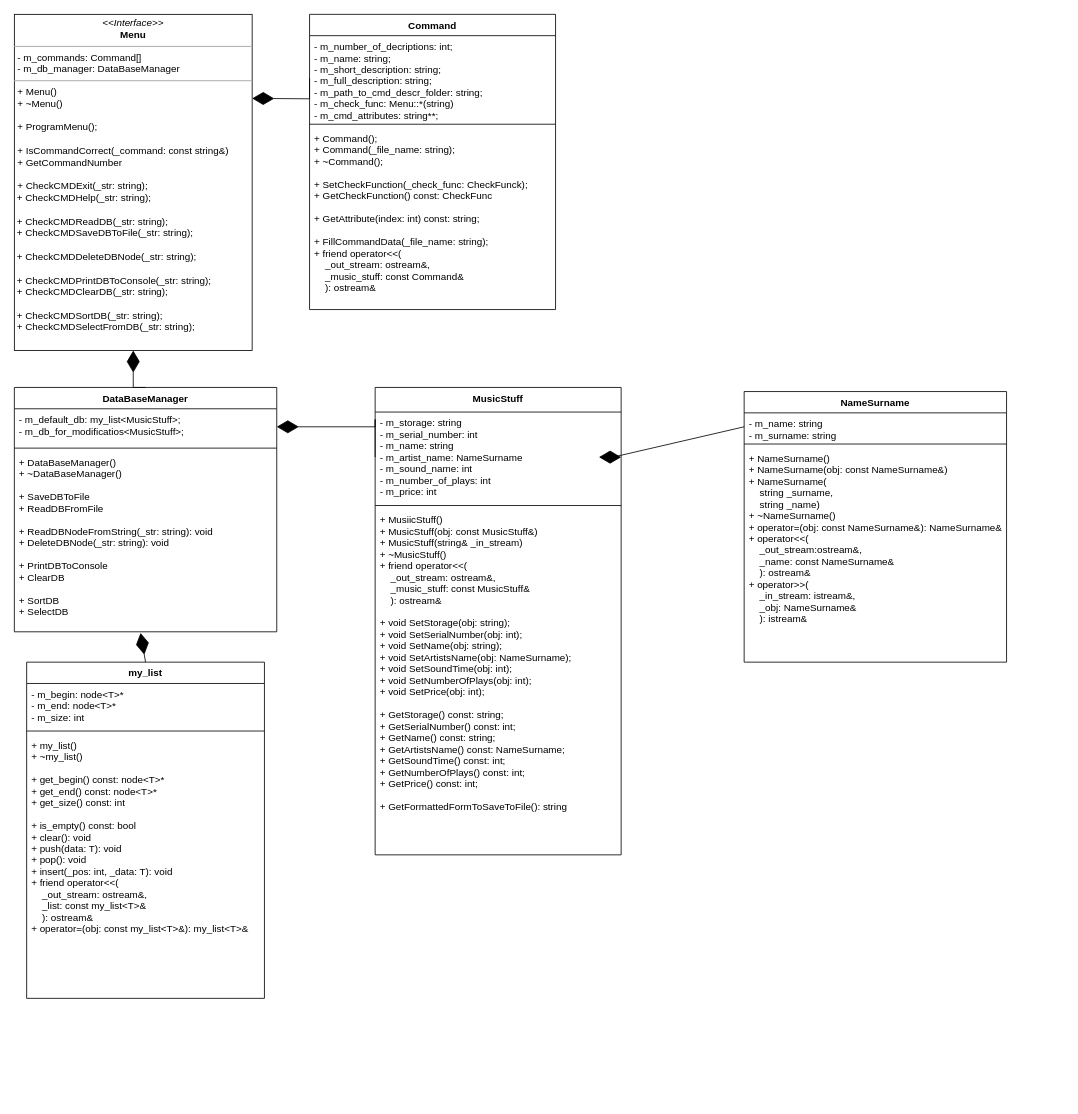
Earlier version of the draw.io diagram task/Class_Diagram.drawio (AKTOETO/SUBD_kursovaya-2022). Source tidied: cells renumbered, new cells numbered last; positions are measured from the earlier drawing's top-left corner, leaving out a move shared by most shapes. Both pictures are drawn from the tidied source at 82%, with x=0, y=0 at pixel (14, 14).
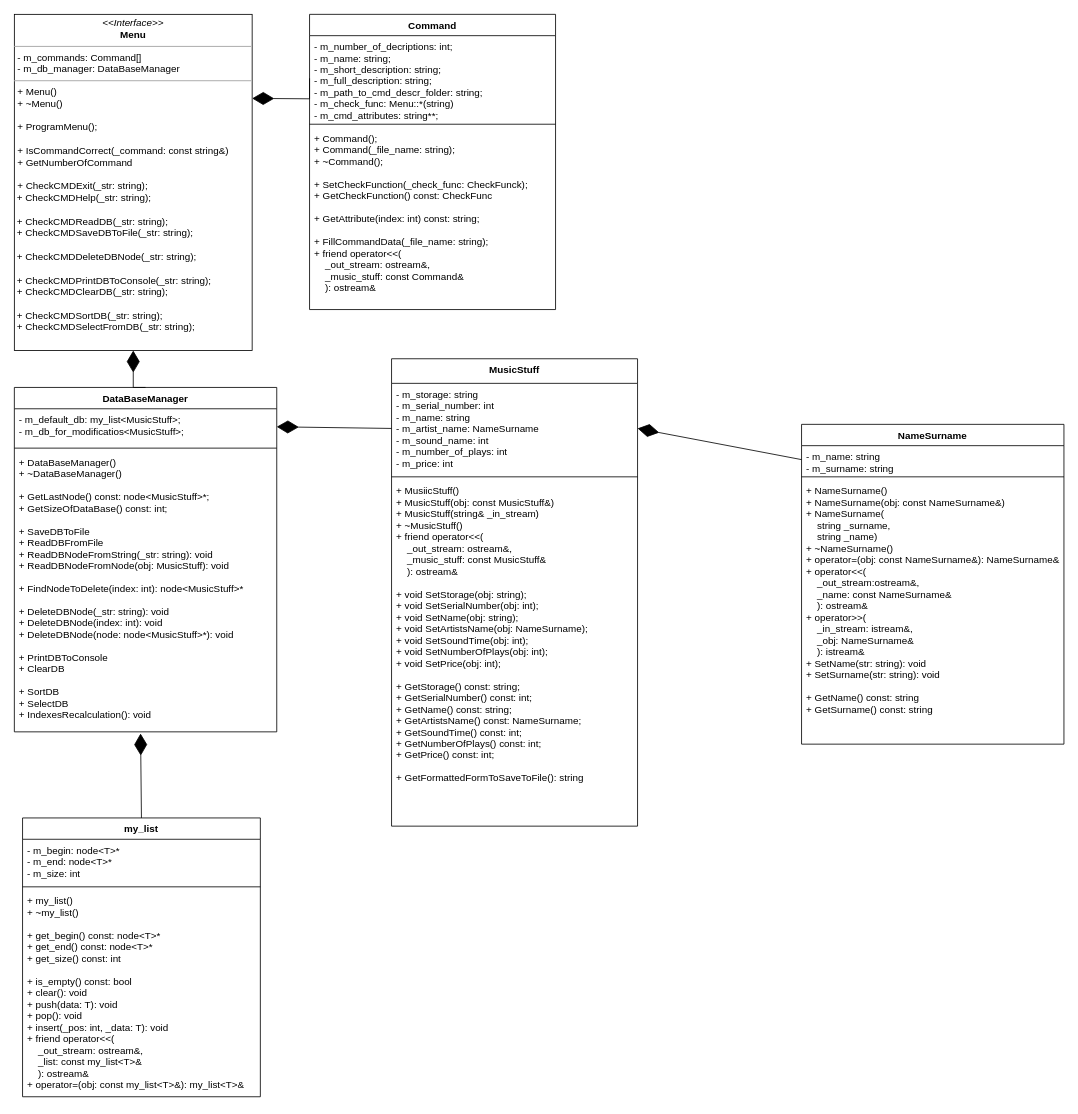
Above is the later version.

Unchanged cells that the change refers to:
```xml
<mxCell id="3" value="- m_storage: string&#10;- m_serial_number: int&#10;- m_name: string&#10;- m_artist_name: NameSurname &#10;- m_sound_name: int&#10;- m_number_of_plays: int&#10;- m_price: int&#10; " style="text;strokeColor=none;fillColor=none;align=left;verticalAlign=top;spacingLeft=4;spacingRight=4;overflow=hidden;points=[[0,0.5],[1,0.5]];portConstraint=eastwest;" parent="2" vertex="1">
  <mxGeometry y="30" width="300" height="110" as="geometry" />
</mxCell>
<mxCell id="7" value="- m_name: string&#10;- m_surname: string " style="text;strokeColor=none;fillColor=none;align=left;verticalAlign=top;spacingLeft=4;spacingRight=4;overflow=hidden;points=[[0,0.5],[1,0.5]];portConstraint=eastwest;" parent="6" vertex="1">
  <mxGeometry y="26" width="320" height="34" as="geometry" />
</mxCell>
<mxCell id="12" value="- m_default_db: my_list&lt;MusicStuff&gt;;&#10;- m_db_for_modificatios&lt;MusicStuff&gt;;" style="text;strokeColor=none;fillColor=none;align=left;verticalAlign=top;spacingLeft=4;spacingRight=4;overflow=hidden;points=[[0,0.5],[1,0.5]];portConstraint=eastwest;" parent="11" vertex="1">
  <mxGeometry y="26" width="320" height="44" as="geometry" />
</mxCell>
```

The edit, as a diff of the source:
```diff
@@
     <mxCell id="2" value="MusicStuff" style="swimlane;fontStyle=1;align=center;verticalAlign=top;horizontal=1;startSize=30;" parent="1" vertex="1">
-      <mxGeometry x="440" y="455" width="300" height="570" as="geometry" />
+      <mxGeometry x="460" y="420" width="300" height="570" as="geometry" />
     </mxCell>
@@
     <mxCell id="6" value="NameSurname" style="swimlane;fontStyle=1;align=center;verticalAlign=top;horizontal=1;startSize=26;" parent="1" vertex="1">
-      <mxGeometry x="890" y="460" width="320" height="330" as="geometry" />
+      <mxGeometry x="960" y="500" width="320" height="390" as="geometry" />
     </mxCell>
@@
-    <mxCell id="9" value="+ NameSurname()&#10;+ NameSurname(obj: const NameSurname&amp;)&#10;+ NameSurname(&#10;    string _surname,&#10;    string _name)&#10;+ ~NameSurname()&#10;+ operator=(obj: const NameSurname&amp;): NameSurname&amp;&#10;+ operator&lt;&lt;(&#10;    _out_stream:ostream&amp;,&#10;    _name: const NameSurname&amp;&#10;    ): ostream&amp;&#10;+ operator&gt;&gt;(&#10;    _in_stream: istream&amp;,&#10;    _obj: NameSurname&amp;&#10;    ): istream&amp; &#10;" style="text;strokeColor=none;fillColor=none;align=left;verticalAlign=top;spacingLeft=4;spacingRight=4;overflow=hidden;" parent="6" vertex="1">
-      <mxGeometry y="68" width="320" height="262" as="geometry" />
+    <mxCell id="9" value="+ NameSurname()&#10;+ NameSurname(obj: const NameSurname&amp;)&#10;+ NameSurname(&#10;    string _surname,&#10;    string _name)&#10;+ ~NameSurname()&#10;+ operator=(obj: const NameSurname&amp;): NameSurname&amp;&#10;+ operator&lt;&lt;(&#10;    _out_stream:ostream&amp;,&#10;    _name: const NameSurname&amp;&#10;    ): ostream&amp;&#10;+ operator&gt;&gt;(&#10;    _in_stream: istream&amp;,&#10;    _obj: NameSurname&amp;&#10;    ): istream&amp; &#10;+ SetName(str: string): void&#10;+ SetSurname(str: string): void&#10;&#10;+ GetName() const: string&#10;+ GetSurname() const: string" style="text;strokeColor=none;fillColor=none;align=left;verticalAlign=top;spacingLeft=4;spacingRight=4;overflow=hidden;" parent="6" vertex="1">
+      <mxGeometry y="68" width="320" height="322" as="geometry" />
     </mxCell>
     <mxCell id="10" style="endArrow=diamondThin;endFill=1;endSize=24;html=1;rounded=0;entryX=1;entryY=0.5;entryDx=0;entryDy=0;exitX=0;exitY=0.5;exitDx=0;exitDy=0;" parent="1" edge="1" source="7" target="3">
-      <mxGeometry relative="1" as="geometry">
-        <Array as="points">
-          <mxPoint x="730" y="540" />
-        </Array>
-      </mxGeometry>
+      <mxGeometry relative="1" as="geometry" />
     </mxCell>
     <mxCell id="11" value="DataBaseManager" style="swimlane;fontStyle=1;align=center;verticalAlign=top;horizontal=1;startSize=26;" parent="1" vertex="1">
-      <mxGeometry y="455" width="320" height="298" as="geometry" />
+      <mxGeometry y="455" width="320" height="420" as="geometry" />
     </mxCell>
@@
-    <mxCell id="14" value="+ DataBaseManager()&#10;+ ~DataBaseManager()&#10;&#10;+ SaveDBToFile&#10;+ ReadDBFromFile&#10;&#10;+ ReadDBNodeFromString(_str: string): void&#10;+ DeleteDBNode(_str: string): void &#10;&#10;+ PrintDBToConsole&#10;+ ClearDB&#10;&#10;+ SortDB&#10;+ SelectDB" style="text;strokeColor=none;fillColor=none;align=left;verticalAlign=top;spacingLeft=4;spacingRight=4;overflow=hidden;points=[[0,0.5],[1,0.5]];portConstraint=eastwest;" parent="11" vertex="1">
-      <mxGeometry y="78" width="320" height="220" as="geometry" />
+    <mxCell id="14" value="+ DataBaseManager()&#10;+ ~DataBaseManager()&#10;&#10;+ GetLastNode() const: node&lt;MusicStuff&gt;*;&#10;+ GetSizeOfDataBase() const: int;&#10;&#10;+ SaveDBToFile&#10;+ ReadDBFromFile&#10;+ ReadDBNodeFromString(_str: string): void&#10;+ ReadDBNodeFromNode(obj: MusicStuff): void&#10;&#10;+ FindNodeToDelete(index: int): node&lt;MusicStuff&gt;*&#10;&#10;+ DeleteDBNode(_str: string): void &#10;+ DeleteDBNode(index: int): void &#10;+ DeleteDBNode(node: node&lt;MusicStuff&gt;*): void &#10;&#10;+ PrintDBToConsole&#10;+ ClearDB&#10;&#10;+ SortDB&#10;+ SelectDB&#10;+ IndexesRecalculation(): void" style="text;strokeColor=none;fillColor=none;align=left;verticalAlign=top;spacingLeft=4;spacingRight=4;overflow=hidden;points=[[0,0.5],[1,0.5]];portConstraint=eastwest;" parent="11" vertex="1">
+      <mxGeometry y="78" width="320" height="342" as="geometry" />
     </mxCell>
     <mxCell id="15" style="endArrow=diamondThin;endFill=1;endSize=24;html=1;rounded=0;entryX=1;entryY=0.5;entryDx=0;entryDy=0;exitX=0;exitY=0.5;exitDx=0;exitDy=0;" parent="1" edge="1" source="3" target="12">
-      <mxGeometry relative="1" as="geometry">
-        <Array as="points">
-          <mxPoint x="440" y="494" />
-          <mxPoint x="440" y="503" />
-        </Array>
-      </mxGeometry>
+      <mxGeometry relative="1" as="geometry" />
     </mxCell>
     <mxCell id="16" value="my_list" style="swimlane;fontStyle=1;align=center;verticalAlign=top;horizontal=1;startSize=26;" parent="1" vertex="1">
-      <mxGeometry x="15" y="790" width="290" height="410" as="geometry" />
+      <mxGeometry x="10" y="980" width="290" height="340" as="geometry" />
     </mxCell>
@@
     <mxCell id="19" value="+ my_list()&#10;+ ~my_list()&#10;&#10;+ get_begin() const: node&lt;T&gt;*&#10;+ get_end() const: node&lt;T&gt;*&#10;+ get_size() const: int&#10;&#10;+ is_empty() const: bool&#10;+ clear(): void&#10;+ push(data: T): void&#10;+ pop(): void&#10;+ insert(_pos: int, _data: T): void&#10;+ friend operator&lt;&lt;(&#10;    _out_stream: ostream&amp;,&#10;    _list: const my_list&lt;T&gt;&amp; &#10;    ): ostream&amp;&#10;+ operator=(obj: const my_list&lt;T&gt;&amp;): my_list&lt;T&gt;&amp;" style="text;strokeColor=none;fillColor=none;align=left;verticalAlign=top;spacingLeft=4;spacingRight=4;overflow=hidden;" parent="16" vertex="1">
-      <mxGeometry y="88" width="290" height="322" as="geometry" />
+      <mxGeometry y="88" width="290" height="252" as="geometry" />
     </mxCell>
@@
-    <mxCell id="21" value="&lt;p style=&quot;margin: 0px ; margin-top: 4px ; text-align: center&quot;&gt;&lt;i&gt;&amp;lt;&amp;lt;Interface&amp;gt;&amp;gt;&lt;/i&gt;&lt;br&gt;&lt;b&gt;Menu&lt;/b&gt;&lt;/p&gt;&lt;hr size=&quot;1&quot;&gt;&lt;p style=&quot;margin: 0px ; margin-left: 4px&quot;&gt;- m_commands: Command[]&lt;br&gt;- m_db_manager: DataBaseManager&lt;/p&gt;&lt;hr size=&quot;1&quot;&gt;&lt;p style=&quot;margin: 0px ; margin-left: 4px&quot;&gt;+ Menu()&lt;br&gt;+ ~Menu()&lt;/p&gt;&lt;p style=&quot;margin: 0px ; margin-left: 4px&quot;&gt;&lt;br&gt;&lt;/p&gt;&lt;p style=&quot;margin: 0px ; margin-left: 4px&quot;&gt;+ ProgramMenu();&lt;/p&gt;&lt;p style=&quot;margin: 0px ; margin-left: 4px&quot;&gt;&lt;br&gt;&lt;/p&gt;&lt;p style=&quot;margin: 0px ; margin-left: 4px&quot;&gt;+ IsCommandCorrect(_command: const string&amp;amp;)&lt;/p&gt;&lt;p style=&quot;margin: 0px ; margin-left: 4px&quot;&gt;+ GetCommandNumber&lt;/p&gt;&lt;p style=&quot;margin: 0px ; margin-left: 4px&quot;&gt;&lt;br&gt;&lt;/p&gt;&lt;p style=&quot;margin: 0px ; margin-left: 4px&quot;&gt;+ CheckCMDExit(_str: string);&lt;/p&gt;&amp;nbsp;+ CheckCMDHelp(_str: string);&lt;br&gt;&lt;br&gt;&amp;nbsp;+ CheckCMDReadDB(_str: string);&lt;br&gt;&amp;nbsp;+ CheckCMDSaveDBToFile(_str: string);&lt;br&gt;&lt;br&gt;&amp;nbsp;+ CheckCMDDeleteDBNode(_str: string);&lt;br&gt;&lt;br&gt;&amp;nbsp;+ CheckCMDPrintDBToConsole(_str: string);&lt;br&gt;&amp;nbsp;+ CheckCMDClearDB(_str: string);&lt;br&gt;&lt;br&gt;&amp;nbsp;+ CheckCMDSortDB(_str: string);&lt;br&gt;&amp;nbsp;+ CheckCMDSelectFromDB(_str: string);" style="verticalAlign=top;align=left;overflow=fill;fontSize=12;fontFamily=Helvetica;html=1;" parent="1" vertex="1">
+    <mxCell id="21" value="&lt;p style=&quot;margin: 0px ; margin-top: 4px ; text-align: center&quot;&gt;&lt;i&gt;&amp;lt;&amp;lt;Interface&amp;gt;&amp;gt;&lt;/i&gt;&lt;br&gt;&lt;b&gt;Menu&lt;/b&gt;&lt;/p&gt;&lt;hr size=&quot;1&quot;&gt;&lt;p style=&quot;margin: 0px ; margin-left: 4px&quot;&gt;- m_commands: Command[]&lt;br&gt;- m_db_manager: DataBaseManager&lt;/p&gt;&lt;hr size=&quot;1&quot;&gt;&lt;p style=&quot;margin: 0px ; margin-left: 4px&quot;&gt;+ Menu()&lt;br&gt;+ ~Menu()&lt;/p&gt;&lt;p style=&quot;margin: 0px ; margin-left: 4px&quot;&gt;&lt;br&gt;&lt;/p&gt;&lt;p style=&quot;margin: 0px ; margin-left: 4px&quot;&gt;+ ProgramMenu();&lt;/p&gt;&lt;p style=&quot;margin: 0px ; margin-left: 4px&quot;&gt;&lt;br&gt;&lt;/p&gt;&lt;p style=&quot;margin: 0px ; margin-left: 4px&quot;&gt;+ IsCommandCorrect(_command: const string&amp;amp;)&lt;/p&gt;&lt;p style=&quot;margin: 0px ; margin-left: 4px&quot;&gt;+ GetNumberOfCommand&lt;/p&gt;&lt;p style=&quot;margin: 0px ; margin-left: 4px&quot;&gt;&lt;br&gt;&lt;/p&gt;&lt;p style=&quot;margin: 0px ; margin-left: 4px&quot;&gt;+ CheckCMDExit(_str: string);&lt;/p&gt;&amp;nbsp;+ CheckCMDHelp(_str: string);&lt;br&gt;&lt;br&gt;&amp;nbsp;+ CheckCMDReadDB(_str: string);&lt;br&gt;&amp;nbsp;+ CheckCMDSaveDBToFile(_str: string);&lt;br&gt;&lt;br&gt;&amp;nbsp;+ CheckCMDDeleteDBNode(_str: string);&lt;br&gt;&lt;br&gt;&amp;nbsp;+ CheckCMDPrintDBToConsole(_str: string);&lt;br&gt;&amp;nbsp;+ CheckCMDClearDB(_str: string);&lt;br&gt;&lt;br&gt;&amp;nbsp;+ CheckCMDSortDB(_str: string);&lt;br&gt;&amp;nbsp;+ CheckCMDSelectFromDB(_str: string);" style="verticalAlign=top;align=left;overflow=fill;fontSize=12;fontFamily=Helvetica;html=1;" parent="1" vertex="1">
       <mxGeometry width="290" height="410" as="geometry" />
     </mxCell>
```
